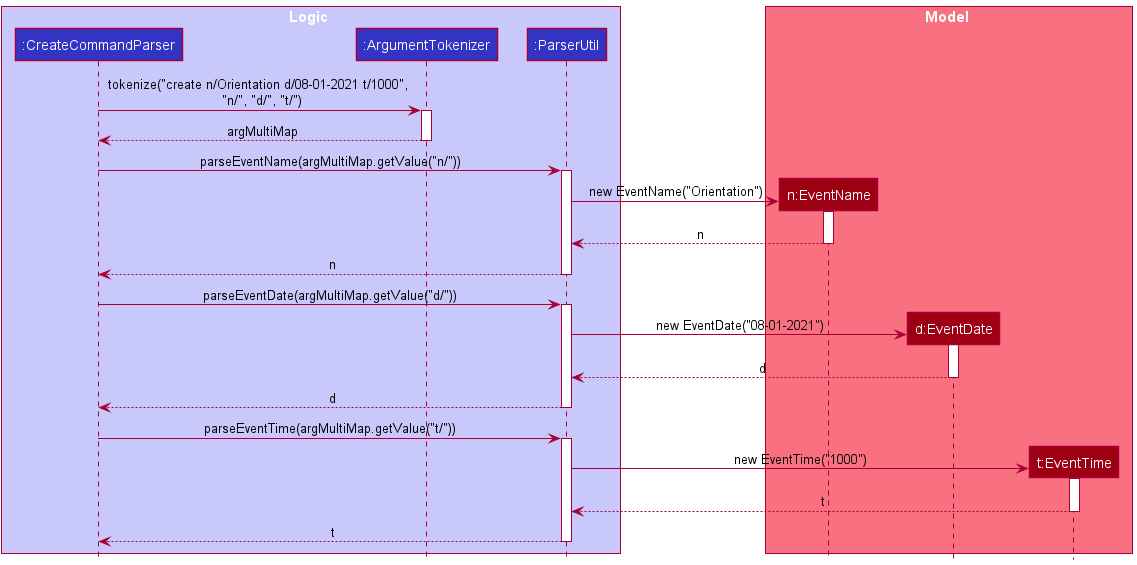
Earlier version of the PlantUML export docs/images/CreateParseArguments.png (wowsiddanth/tp). Its diagram source:
```plantuml
@startuml
!include style.puml

box Logic LOGIC_COLOR_T1
participant ":CreateCommandParser" as CreateCommandParser LOGIC_COLOR
participant ":ArgumentTokenizer" as ArgumentTokenizer LOGIC_COLOR
participant ":ParserUtil" as ParserUtil LOGIC_COLOR
end box

box Model MODEL_COLOR_T1
participant "n:EventName" as EventName MODEL_COLOR
participant "d:EventDate" as EventDate MODEL_COLOR
participant "t:EventTime" as EventTime MODEL_COLOR
end box

CreateCommandParser -> ArgumentTokenizer: tokenize("create n/Orientation d/08-01-2021 t/1000", \n "n/", "d/", "t/")
activate ArgumentTokenizer

ArgumentTokenizer --> CreateCommandParser: argMultiMap
deactivate ArgumentTokenizer

CreateCommandParser -> ParserUtil:parseEventName(argMultiMap.getValue("n/"))
activate ParserUtil

create EventName
ParserUtil -> EventName: new EventName("Orientation")
activate EventName

EventName --> ParserUtil: n
deactivate EventName

ParserUtil --> CreateCommandParser: n
deactivate ParserUtil

CreateCommandParser -> ParserUtil:parseEventDate(argMultiMap.getValue("d/"))
activate ParserUtil

create EventDate
ParserUtil -> EventDate: new EventDate("08-01-2021")
activate EventDate

EventDate --> ParserUtil: d
deactivate EventDate

ParserUtil --> CreateCommandParser: d
deactivate ParserUtil

CreateCommandParser -> ParserUtil:parseEventTime(argMultiMap.getValue("t/"))
activate ParserUtil

create EventTime
ParserUtil -> EventTime: new EventTime("1000")
activate EventTime

EventTime --> ParserUtil: t
deactivate EventTime

ParserUtil --> CreateCommandParser: t
deactivate ParserUtil

@enduml
```
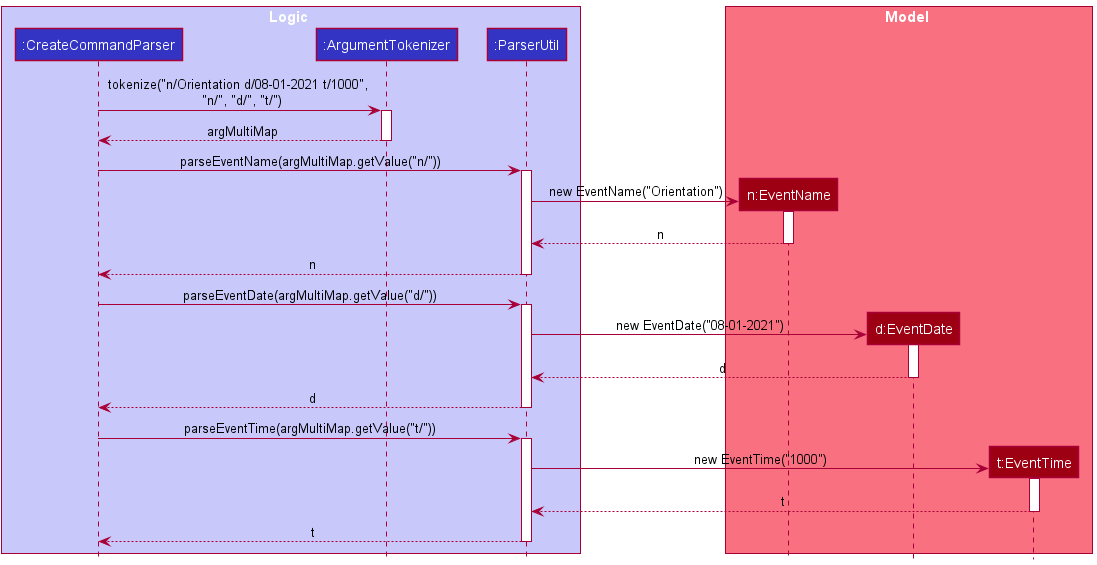
After the change.

Diff of the diagram source:
```diff
@@ -13,7 +13,7 @@
 participant "t:EventTime" as EventTime MODEL_COLOR
 end box
 
-CreateCommandParser -> ArgumentTokenizer: tokenize("create n/Orientation d/08-01-2021 t/1000", \n "n/", "d/", "t/")
+CreateCommandParser -> ArgumentTokenizer: tokenize("n/Orientation d/08-01-2021 t/1000", \n "n/", "d/", "t/")
 activate ArgumentTokenizer
 
 ArgumentTokenizer --> CreateCommandParser: argMultiMap
```
